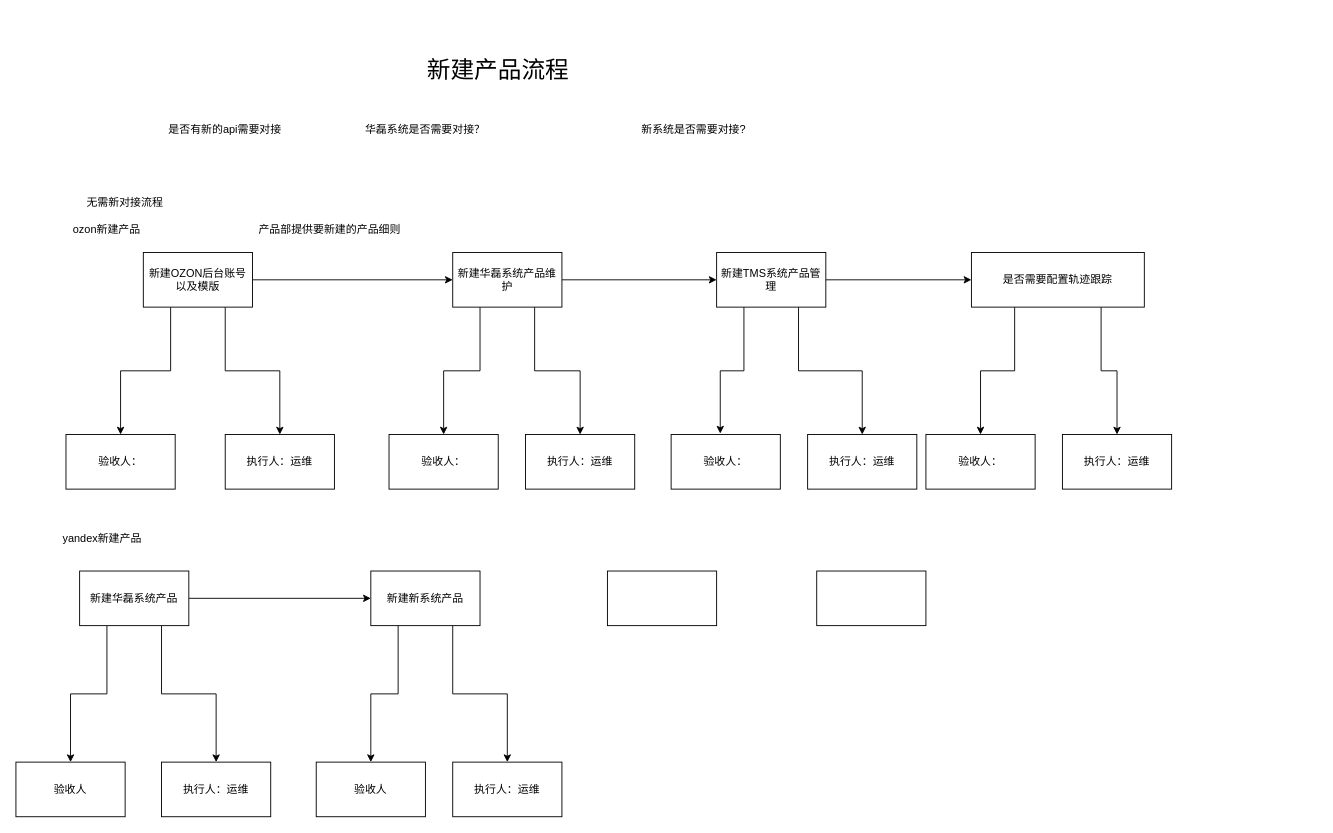
LuoXianShengChangetheWorld/lct keeps this draw.io diagram as 新建产品流程.drawio. Above is the earlier version. Source tidied: cells renumbered, new cells numbered last; positions are measured from the earlier drawing's top-left corner, leaving out a move shared by most shapes. Both pictures are drawn from the tidied source at 91%, with x=0, y=0 at pixel (15, 15).
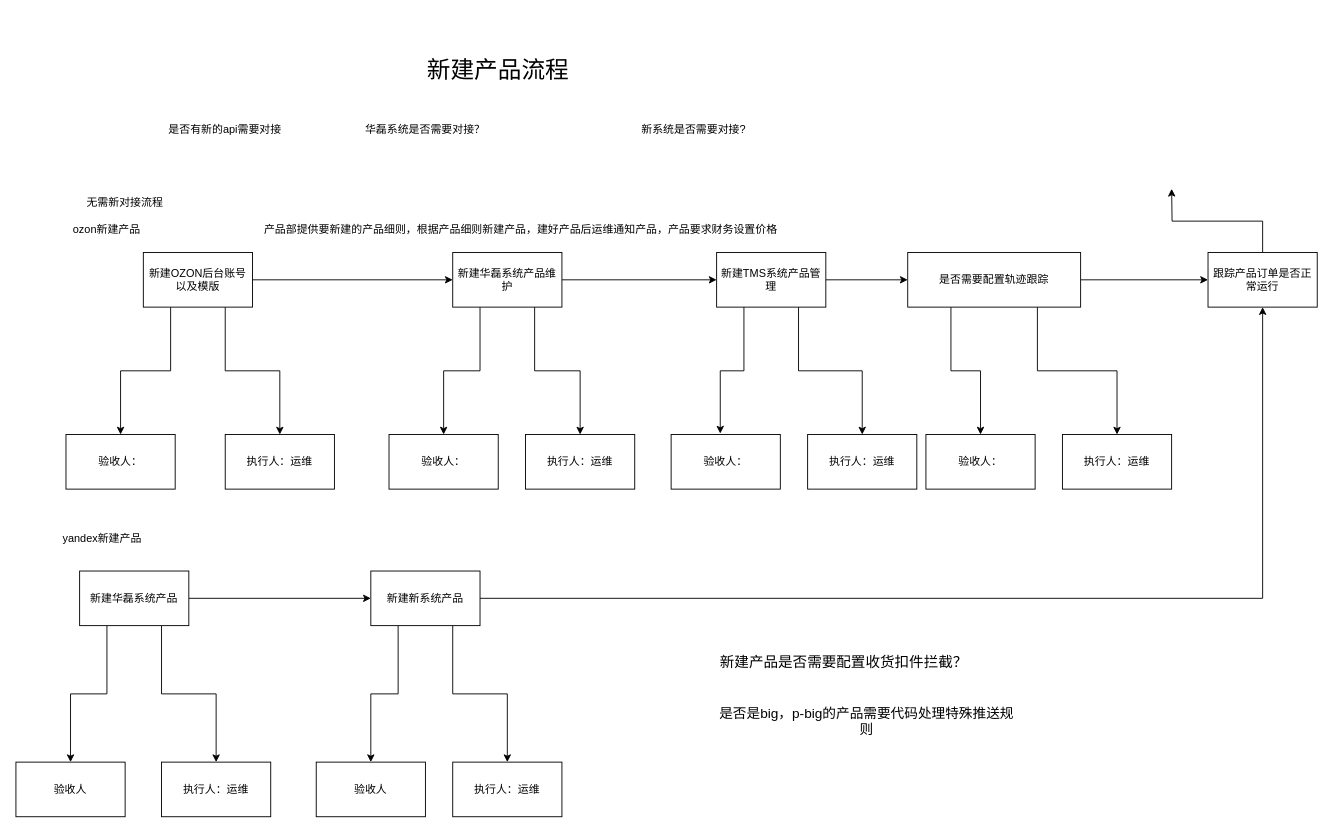
The same page after the edit.

Commit message:
已添加 新建产品流程.drawio

Unchanged cells that the change refers to:
```xml
<mxCell id="28" value="新建新系统产品" style="whiteSpace=wrap;html=1;" parent="1" vertex="1">
  <mxGeometry x="390" y="610" width="120" height="60" as="geometry" />
</mxCell>
```

Change to the diagram source:
```diff
@@
+    <mxCell id="46" style="edgeStyle=orthogonalEdgeStyle;rounded=0;jettySize=auto;html=1;exitX=1;exitY=0.5;exitDx=0;exitDy=0;entryX=0.5;entryY=1;entryDx=0;entryDy=0;" parent="1" edge="1" source="28" target="44">
+      <mxGeometry relative="1" as="geometry" />
+    </mxCell>
@@
+    <mxCell id="47" style="edgeStyle=orthogonalEdgeStyle;rounded=0;jettySize=auto;html=1;exitX=1;exitY=0.5;exitDx=0;exitDy=0;entryX=0;entryY=0.5;entryDx=0;entryDy=0;" parent="1" edge="1" source="40" target="44">
+      <mxGeometry relative="1" as="geometry" />
+    </mxCell>
     <mxCell id="40" value="是否需要配置轨迹跟踪" style="rounded=0;whiteSpace=wrap;html=1;" parent="1" vertex="1">
-      <mxGeometry x="1050" y="260" width="190" height="60" as="geometry" />
+      <mxGeometry x="980" y="260" width="190" height="60" as="geometry" />
     </mxCell>
@@
-    <mxCell id="43" style="whiteSpace=wrap;html=1;" parent="1" vertex="1">
-      <mxGeometry x="650" y="610" width="120" height="60" as="geometry" />
-    </mxCell>
+    <mxCell id="48" style="edgeStyle=orthogonalEdgeStyle;rounded=0;jettySize=auto;html=1;exitX=0.5;exitY=0;exitDx=0;exitDy=0;" parent="1" edge="1" source="44">
+      <mxGeometry relative="1" as="geometry">
+        <mxPoint x="1270" y="190" as="targetPoint" />
+      </mxGeometry>
+    </mxCell>
-    <mxCell id="44" style="whiteSpace=wrap;html=1;" parent="1" vertex="1">
-      <mxGeometry x="880" y="610" width="120" height="60" as="geometry" />
+    <mxCell id="44" value="跟踪产品订单是否正常运行" style="whiteSpace=wrap;html=1;" parent="1" vertex="1">
+      <mxGeometry x="1310" y="260" width="120" height="60" as="geometry" />
     </mxCell>
-    <mxCell id="45" value="产品部提供要新建的产品细则" style="text;html=1;whiteSpace=wrap;strokeColor=none;fillColor=none;align=center;verticalAlign=middle;rounded=0;" parent="1" vertex="1">
-      <mxGeometry x="230" y="220" width="230" height="30" as="geometry" />
+    <mxCell id="45" value="产品部提供要新建的产品细则，根据产品细则新建产品，建好产品后运维通知产品，产品要求财务设置价格" style="text;html=1;whiteSpace=wrap;strokeColor=none;fillColor=none;align=center;verticalAlign=middle;rounded=0;" parent="1" vertex="1">
+      <mxGeometry x="230" y="220" width="650" height="30" as="geometry" />
     </mxCell>
+    <mxCell id="49" value="&lt;font style=&quot;font-size: 16px;&quot;&gt;新建产品是否需要配置收货扣件拦截？&lt;/font&gt;" style="text;html=1;whiteSpace=wrap;strokeColor=none;fillColor=none;align=center;verticalAlign=middle;rounded=0;" parent="1" vertex="1">
+      <mxGeometry x="740" y="680" width="340" height="60" as="geometry" />
+    </mxCell>
+    <mxCell id="50" value="&lt;font style=&quot;font-size: 15px;&quot;&gt;是否是big，p-big的产品需要代码处理特殊推送规则&lt;/font&gt;" style="text;html=1;whiteSpace=wrap;strokeColor=none;fillColor=none;align=center;verticalAlign=middle;rounded=0;" parent="1" vertex="1">
+      <mxGeometry x="770" y="760" width="330" height="30" as="geometry" />
+    </mxCell>
```
